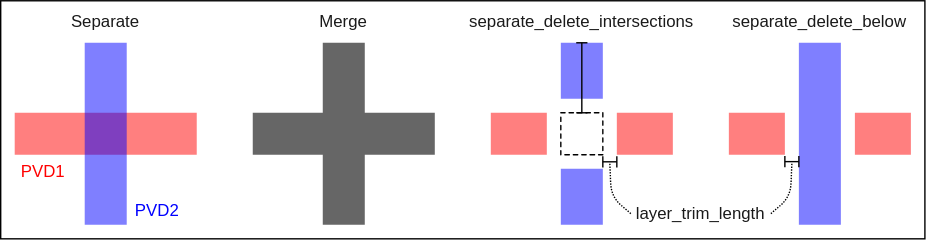
Before: docs/User/PVD_options.drawio.svg, a diagram exported from draw.io (sqdlab/SQDMetal). Source tidied: cells renumbered, new cells last; positions are measured from the earlier drawing's top-left corner, leaving out a move shared by most shapes. The source it was exported from:
```xml
<mxGraphModel>
  <root>
    <mxCell id="0" />
    <mxCell id="1" parent="0" />
    <mxCell id="2" style="rounded=0;whiteSpace=wrap;html=1;fillStyle=solid;fillColor=#FFFFFF;" parent="1" vertex="1">
      <mxGeometry width="660" height="170" as="geometry" />
    </mxCell>
    <mxCell id="3" value="Separate" style="text;html=1;strokeColor=none;fillColor=none;align=center;verticalAlign=middle;whiteSpace=wrap;rounded=0;hachureGap=4;fillStyle=solid;fontColor=#1A1A1A;" parent="1" vertex="1">
      <mxGeometry x="20" width="110" height="30" as="geometry" />
    </mxCell>
    <mxCell id="4" style="rounded=0;whiteSpace=wrap;html=1;fillStyle=solid;strokeColor=none;strokeWidth=1;perimeterSpacing=0;sketch=1;curveFitting=1;jiggle=0;hachureGap=2;dashGap=-1;hachureAngle=45;fillColor=#FF0000;opacity=50;" parent="1" vertex="1">
      <mxGeometry x="10" y="80" width="130" height="30" as="geometry" />
    </mxCell>
    <mxCell id="5" style="rounded=0;whiteSpace=wrap;html=1;fillStyle=solid;strokeColor=none;strokeWidth=1;perimeterSpacing=0;sketch=1;curveFitting=1;jiggle=0;hachureGap=2;dashGap=-1;hachureAngle=45;fillColor=#0000FF;opacity=50;direction=south;" parent="1" vertex="1">
      <mxGeometry x="60" y="30" width="30" height="130" as="geometry" />
    </mxCell>
    <mxCell id="6" style="rounded=0;whiteSpace=wrap;html=1;fillStyle=solid;strokeColor=none;strokeWidth=1;perimeterSpacing=0;sketch=1;curveFitting=1;jiggle=0;hachureGap=2;dashGap=-1;hachureAngle=45;fillColor=#666666;direction=south;" parent="1" vertex="1">
      <mxGeometry x="230" y="30" width="30" height="130" as="geometry" />
    </mxCell>
    <mxCell id="7" style="rounded=0;whiteSpace=wrap;html=1;fillStyle=solid;strokeColor=none;strokeWidth=1;perimeterSpacing=0;sketch=1;curveFitting=1;jiggle=0;hachureGap=2;dashGap=-1;hachureAngle=45;fillColor=#666666;" parent="1" vertex="1">
      <mxGeometry x="180" y="80" width="130" height="30" as="geometry" />
    </mxCell>
    <mxCell id="8" value="Merge" style="text;html=1;strokeColor=none;fillColor=none;align=center;verticalAlign=middle;whiteSpace=wrap;rounded=0;hachureGap=4;fillStyle=solid;fontColor=#1A1A1A;" parent="1" vertex="1">
      <mxGeometry x="190" width="110" height="30" as="geometry" />
    </mxCell>
    <mxCell id="9" value="PVD1" style="text;html=1;strokeColor=none;fillColor=none;align=center;verticalAlign=middle;whiteSpace=wrap;rounded=0;hachureGap=4;fillStyle=solid;fontColor=#FF0000;" parent="1" vertex="1">
      <mxGeometry x="11" y="107" width="39" height="30" as="geometry" />
    </mxCell>
    <mxCell id="10" value="PVD2" style="text;html=1;strokeColor=none;fillColor=none;align=center;verticalAlign=middle;whiteSpace=wrap;rounded=0;hachureGap=4;fillStyle=solid;fontColor=#0000FF;" parent="1" vertex="1">
      <mxGeometry x="87" y="140" width="50" height="19" as="geometry" />
    </mxCell>
    <mxCell id="11" style="rounded=0;whiteSpace=wrap;html=1;fillStyle=solid;strokeColor=none;strokeWidth=1;perimeterSpacing=0;sketch=1;curveFitting=1;jiggle=0;hachureGap=2;dashGap=-1;hachureAngle=45;fillColor=#FF0000;opacity=50;" parent="1" vertex="1">
      <mxGeometry x="350" y="80" width="130" height="30" as="geometry" />
    </mxCell>
    <mxCell id="12" style="rounded=0;whiteSpace=wrap;html=1;fillStyle=solid;strokeColor=none;strokeWidth=1;perimeterSpacing=0;sketch=1;curveFitting=1;jiggle=0;hachureGap=2;dashGap=-1;hachureAngle=45;fillColor=#0000FF;opacity=50;direction=south;" parent="1" vertex="1">
      <mxGeometry x="400" y="30" width="30" height="130" as="geometry" />
    </mxCell>
    <mxCell id="13" value="separate_delete_intersections" style="text;html=1;strokeColor=none;fillColor=none;align=center;verticalAlign=middle;whiteSpace=wrap;rounded=0;hachureGap=4;fillStyle=solid;fontColor=#1A1A1A;" parent="1" vertex="1">
      <mxGeometry x="360" width="110" height="30" as="geometry" />
    </mxCell>
    <mxCell id="14" style="rounded=0;whiteSpace=wrap;html=1;fillStyle=solid;strokeColor=none;strokeWidth=1;perimeterSpacing=0;sketch=1;curveFitting=1;jiggle=0;hachureGap=2;dashGap=-1;hachureAngle=45;fillColor=#FFFFFF;" parent="1" vertex="1">
      <mxGeometry x="390" y="70" width="50" height="50" as="geometry" />
    </mxCell>
    <mxCell id="15" style="rounded=0;whiteSpace=wrap;html=1;fillStyle=solid;strokeColor=none;strokeWidth=1;perimeterSpacing=0;sketch=1;curveFitting=1;jiggle=0;hachureGap=2;dashGap=-1;hachureAngle=45;fillColor=#FF0000;opacity=50;" parent="1" vertex="1">
      <mxGeometry x="520" y="80" width="40" height="30" as="geometry" />
    </mxCell>
    <mxCell id="16" style="rounded=0;whiteSpace=wrap;html=1;fillStyle=solid;strokeColor=none;strokeWidth=1;perimeterSpacing=0;sketch=1;curveFitting=1;jiggle=0;hachureGap=2;dashGap=-1;hachureAngle=45;fillColor=#0000FF;opacity=50;direction=south;" parent="1" vertex="1">
      <mxGeometry x="570" y="30" width="30" height="130" as="geometry" />
    </mxCell>
    <mxCell id="17" value="separate_delete_below" style="text;html=1;strokeColor=none;fillColor=none;align=center;verticalAlign=middle;whiteSpace=wrap;rounded=0;hachureGap=4;fillStyle=solid;fontColor=#1A1A1A;" parent="1" vertex="1">
      <mxGeometry x="530" width="110" height="30" as="geometry" />
    </mxCell>
    <mxCell id="18" style="rounded=0;whiteSpace=wrap;html=1;fillStyle=solid;strokeColor=none;strokeWidth=1;perimeterSpacing=0;sketch=1;curveFitting=1;jiggle=0;hachureGap=2;dashGap=-1;hachureAngle=45;fillColor=#FF0000;opacity=50;" parent="1" vertex="1">
      <mxGeometry x="610" y="80" width="40" height="30" as="geometry" />
    </mxCell>
    <mxCell id="19" style="endArrow=baseDash;startArrow=baseDash;html=1;startFill=0;endFill=0;strokeColor=#000000;entryX=0.408;entryY=1.033;entryDx=0;entryDy=0;entryPerimeter=0;" parent="1" edge="1">
      <mxGeometry relative="1" as="geometry">
        <mxPoint x="430" y="115" as="sourcePoint" />
        <mxPoint x="440" y="115" as="targetPoint" />
      </mxGeometry>
    </mxCell>
    <mxCell id="20" style="endArrow=baseDash;startArrow=baseDash;html=1;startFill=0;endFill=0;strokeColor=#000000;entryX=0.408;entryY=1.033;entryDx=0;entryDy=0;entryPerimeter=0;" parent="1" edge="1">
      <mxGeometry relative="1" as="geometry">
        <mxPoint x="560" y="114.9" as="sourcePoint" />
        <mxPoint x="570" y="114.9" as="targetPoint" />
      </mxGeometry>
    </mxCell>
    <mxCell id="21" style="edgeStyle=none;html=1;fontColor=#0000FF;startArrow=baseDash;startFill=0;endArrow=baseDash;endFill=0;" parent="1" edge="1" source="22" target="13">
      <mxGeometry relative="1" as="geometry" />
    </mxCell>
    <mxCell id="22" style="rounded=0;whiteSpace=wrap;html=1;fillStyle=solid;strokeColor=#000000;strokeWidth=1;perimeterSpacing=0;sketch=1;curveFitting=1;jiggle=0;hachureGap=2;dashGap=-1;hachureAngle=45;fillColor=none;dashed=1;" parent="1" vertex="1">
      <mxGeometry x="400" y="80" width="30" height="30" as="geometry" />
    </mxCell>
    <mxCell id="23" style="endArrow=none;dashed=1;html=1;dashPattern=1 1;strokeWidth=1;fontColor=#0000FF;exitX=1;exitY=0.5;exitDx=0;exitDy=0;strokeColor=#000000;" parent="1" edge="1" source="24">
      <mxGeometry relative="1" as="geometry">
        <mxPoint x="565" y="116" as="targetPoint" />
        <Array as="points">
          <mxPoint x="564" y="140" />
        </Array>
      </mxGeometry>
    </mxCell>
    <mxCell id="24" value="layer_trim_length" style="text;html=1;strokeColor=none;fillColor=none;align=center;verticalAlign=middle;whiteSpace=wrap;rounded=0;hachureGap=4;fillStyle=solid;fontColor=#1A1A1A;" parent="1" vertex="1">
      <mxGeometry x="450" y="137" width="100" height="30" as="geometry" />
    </mxCell>
    <mxCell id="25" style="endArrow=none;dashed=1;html=1;dashPattern=1 1;strokeWidth=1;fontColor=#0000FF;exitX=1;exitY=0.5;exitDx=0;exitDy=0;strokeColor=#000000;" parent="1" edge="1">
      <mxGeometry relative="1" as="geometry">
        <mxPoint x="450" y="152" as="sourcePoint" />
        <mxPoint x="435" y="116" as="targetPoint" />
        <Array as="points">
          <mxPoint x="436" y="140" />
        </Array>
      </mxGeometry>
    </mxCell>
  </root>
</mxGraphModel>
```
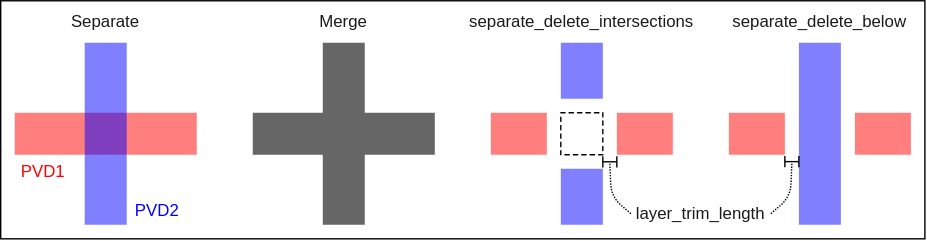
Above is the later version.

Change to the diagram source:
```diff
@@ -65,9 +65,6 @@
         <mxPoint x="570" y="114.9" as="targetPoint" />
       </mxGeometry>
     </mxCell>
-    <mxCell id="21" style="edgeStyle=none;html=1;fontColor=#0000FF;startArrow=baseDash;startFill=0;endArrow=baseDash;endFill=0;" parent="1" edge="1" source="22" target="13">
-      <mxGeometry relative="1" as="geometry" />
-    </mxCell>
     <mxCell id="22" style="rounded=0;whiteSpace=wrap;html=1;fillStyle=solid;strokeColor=#000000;strokeWidth=1;perimeterSpacing=0;sketch=1;curveFitting=1;jiggle=0;hachureGap=2;dashGap=-1;hachureAngle=45;fillColor=none;dashed=1;" parent="1" vertex="1">
       <mxGeometry x="400" y="80" width="30" height="30" as="geometry" />
     </mxCell>
```
